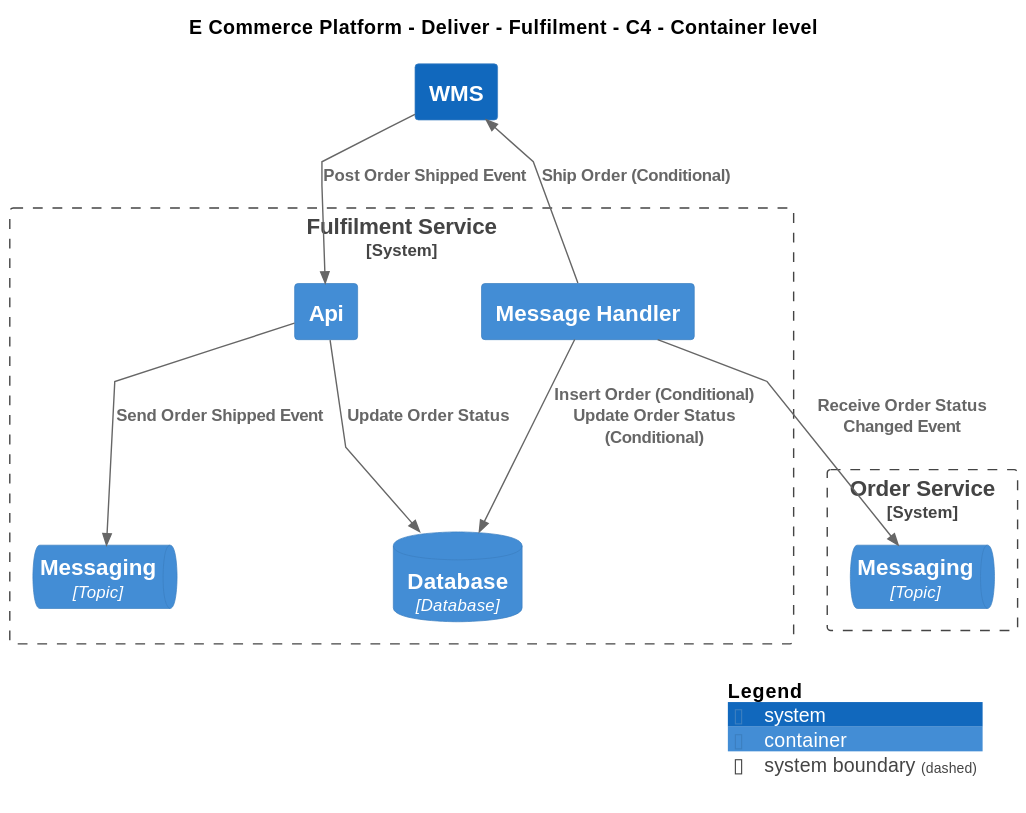
This is Samples/E-Commerce Platform/Yaml/Diagrams/E Commerce Platform/Deliver/Fulfilment/Software Systems/Container - C4.svg from mnadenysenko/C4InterFlow, a PlantUML export, as it was before one commit. Source of this version:
```plantuml
@startuml
!include ..\..\..\..\.c4s\C4_Container.puml

AddElementTag("c4interflow:lifecycle:new", $bgColor=green, $fontColor=#ffffff, $borderColor=green, $shadowing="False")
AddElementTag("c4interflow:lifecycle:changed", $bgColor=orange, $fontColor=#ffffff, $borderColor=orange, $shadowing="False")
AddElementTag("c4interflow:lifecycle:removed", $bgColor=red, $fontColor=#ffffff, $borderColor=red, $shadowing="False")

AddRelTag("c4interflow:lifecycle:new", $textColor=green, $lineColor=green)
AddRelTag("c4interflow:lifecycle:changed", $textColor=orange, $lineColor=orange)
AddRelTag("c4interflow:lifecycle:removed", $textColor=red, $lineColor=red)

SHOW_PERSON_PORTRAIT()
LAYOUT_TOP_DOWN()

skinparam linetype polyline

title E Commerce Platform - Deliver - Fulfilment - C4 - Container level

System(ECommercePlatform.Deliver.Fulfilment.SoftwareSystems.WMS, "WMS", "")

System_Boundary(ECommercePlatform.Deliver.Fulfilment.SoftwareSystems.FulfilmentService, "Fulfilment Service") {
    Container(ECommercePlatform.Deliver.Fulfilment.SoftwareSystems.FulfilmentService.Containers.Api, "Api", "", "")
    ContainerDb(ECommercePlatform.Deliver.Fulfilment.SoftwareSystems.FulfilmentService.Containers.Database, "Database", "Database", "")
    ContainerQueue(ECommercePlatform.Deliver.Fulfilment.SoftwareSystems.FulfilmentService.Containers.Messaging, "Messaging", "Topic", "")
    Container(ECommercePlatform.Deliver.Fulfilment.SoftwareSystems.FulfilmentService.Containers.MessageHandler, "Message Handler", "", "")
}

System_Boundary(ECommercePlatform.GenerateDemand.OrderManagement.SoftwareSystems.OrderService, "Order Service") {
    ContainerQueue(ECommercePlatform.GenerateDemand.OrderManagement.SoftwareSystems.OrderService.Containers.Messaging, "Messaging", "Topic", "")
}

Rel(ECommercePlatform.Deliver.Fulfilment.SoftwareSystems.WMS, ECommercePlatform.Deliver.Fulfilment.SoftwareSystems.FulfilmentService.Containers.Api, "Post Order Shipped Event")
Rel(ECommercePlatform.Deliver.Fulfilment.SoftwareSystems.FulfilmentService.Containers.Api, ECommercePlatform.Deliver.Fulfilment.SoftwareSystems.FulfilmentService.Containers.Database, "Update Order Status")
Rel(ECommercePlatform.Deliver.Fulfilment.SoftwareSystems.FulfilmentService.Containers.Api, ECommercePlatform.Deliver.Fulfilment.SoftwareSystems.FulfilmentService.Containers.Messaging, "Send Order Shipped Event")
Rel(ECommercePlatform.Deliver.Fulfilment.SoftwareSystems.FulfilmentService.Containers.MessageHandler, ECommercePlatform.GenerateDemand.OrderManagement.SoftwareSystems.OrderService.Containers.Messaging, "Receive Order Status Changed Event")
Rel(ECommercePlatform.Deliver.Fulfilment.SoftwareSystems.FulfilmentService.Containers.MessageHandler, ECommercePlatform.Deliver.Fulfilment.SoftwareSystems.FulfilmentService.Containers.Database, "Insert Order (Conditional)\nUpdate Order Status (Conditional)")
Rel(ECommercePlatform.Deliver.Fulfilment.SoftwareSystems.FulfilmentService.Containers.MessageHandler, ECommercePlatform.Deliver.Fulfilment.SoftwareSystems.WMS, "Ship Order (Conditional)")


SHOW_LEGEND()
@enduml
```
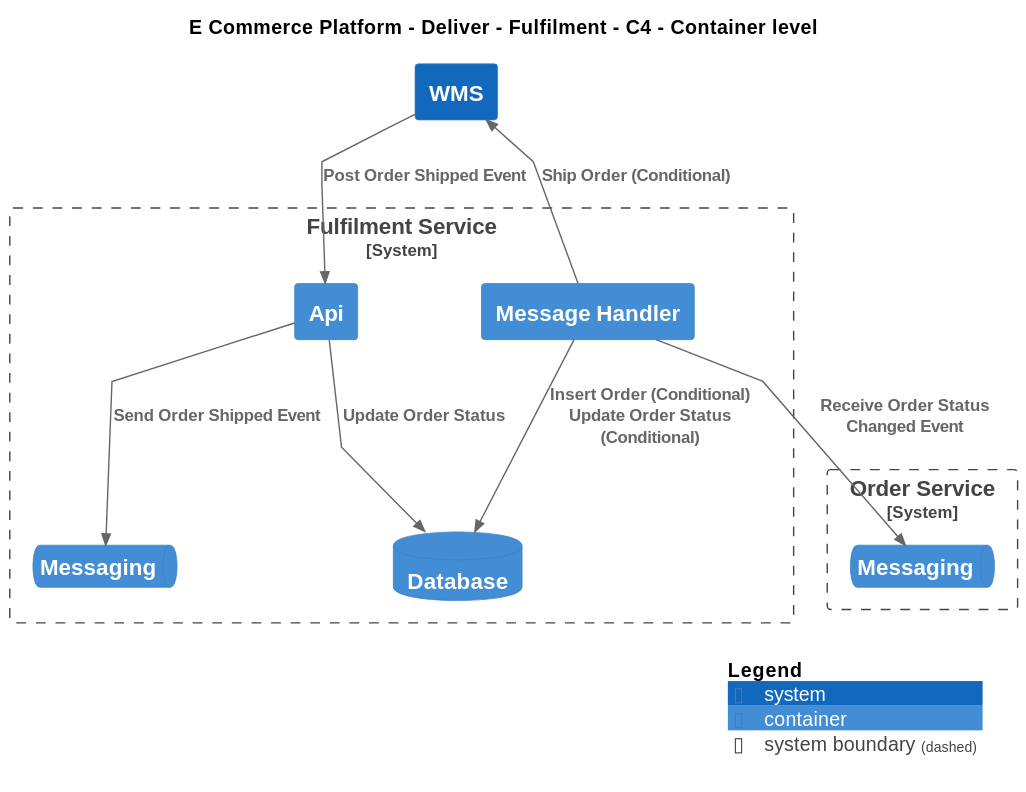
Above is the later version.

Diff of the diagram source:
```diff
@@ -20,13 +20,13 @@
 
 System_Boundary(ECommercePlatform.Deliver.Fulfilment.SoftwareSystems.FulfilmentService, "Fulfilment Service") {
     Container(ECommercePlatform.Deliver.Fulfilment.SoftwareSystems.FulfilmentService.Containers.Api, "Api", "", "")
-    ContainerDb(ECommercePlatform.Deliver.Fulfilment.SoftwareSystems.FulfilmentService.Containers.Database, "Database", "Database", "")
-    ContainerQueue(ECommercePlatform.Deliver.Fulfilment.SoftwareSystems.FulfilmentService.Containers.Messaging, "Messaging", "Topic", "")
+    ContainerDb(ECommercePlatform.Deliver.Fulfilment.SoftwareSystems.FulfilmentService.Containers.Database, "Database", "", "")
+    ContainerQueue(ECommercePlatform.Deliver.Fulfilment.SoftwareSystems.FulfilmentService.Containers.Messaging, "Messaging", "", "")
     Container(ECommercePlatform.Deliver.Fulfilment.SoftwareSystems.FulfilmentService.Containers.MessageHandler, "Message Handler", "", "")
 }
 
 System_Boundary(ECommercePlatform.GenerateDemand.OrderManagement.SoftwareSystems.OrderService, "Order Service") {
-    ContainerQueue(ECommercePlatform.GenerateDemand.OrderManagement.SoftwareSystems.OrderService.Containers.Messaging, "Messaging", "Topic", "")
+    ContainerQueue(ECommercePlatform.GenerateDemand.OrderManagement.SoftwareSystems.OrderService.Containers.Messaging, "Messaging", "", "")
 }
 
 Rel(ECommercePlatform.Deliver.Fulfilment.SoftwareSystems.WMS, ECommercePlatform.Deliver.Fulfilment.SoftwareSystems.FulfilmentService.Containers.Api, "Post Order Shipped Event")
```
